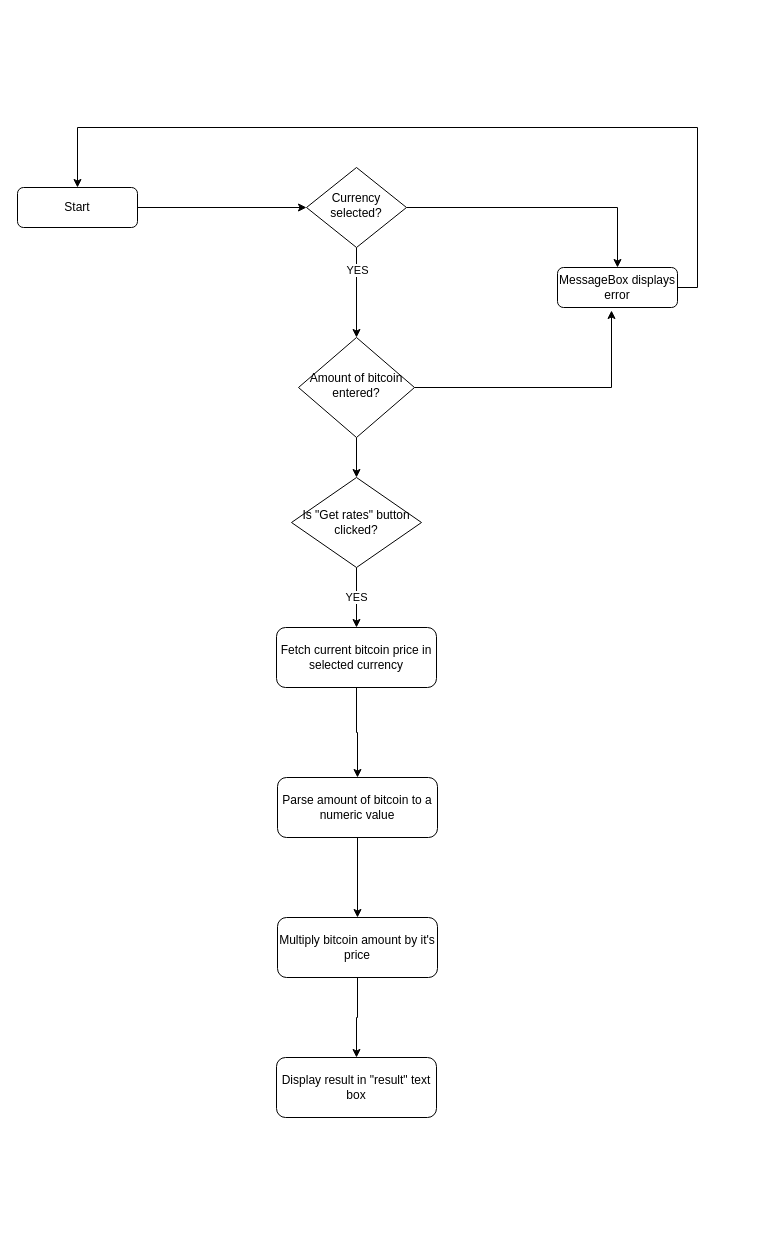
Earlier version of the draw.io diagram BitcoinCalculator/btc.drawio (stenpatrick/Tarkvara-arendusprotsess). Source tidied: cells renumbered, new cells numbered last; positions are measured from the earlier drawing's top-left corner, leaving out a move shared by most shapes. Both pictures are drawn from the tidied source at 100%, with x=0, y=0 at pixel (17, 127).
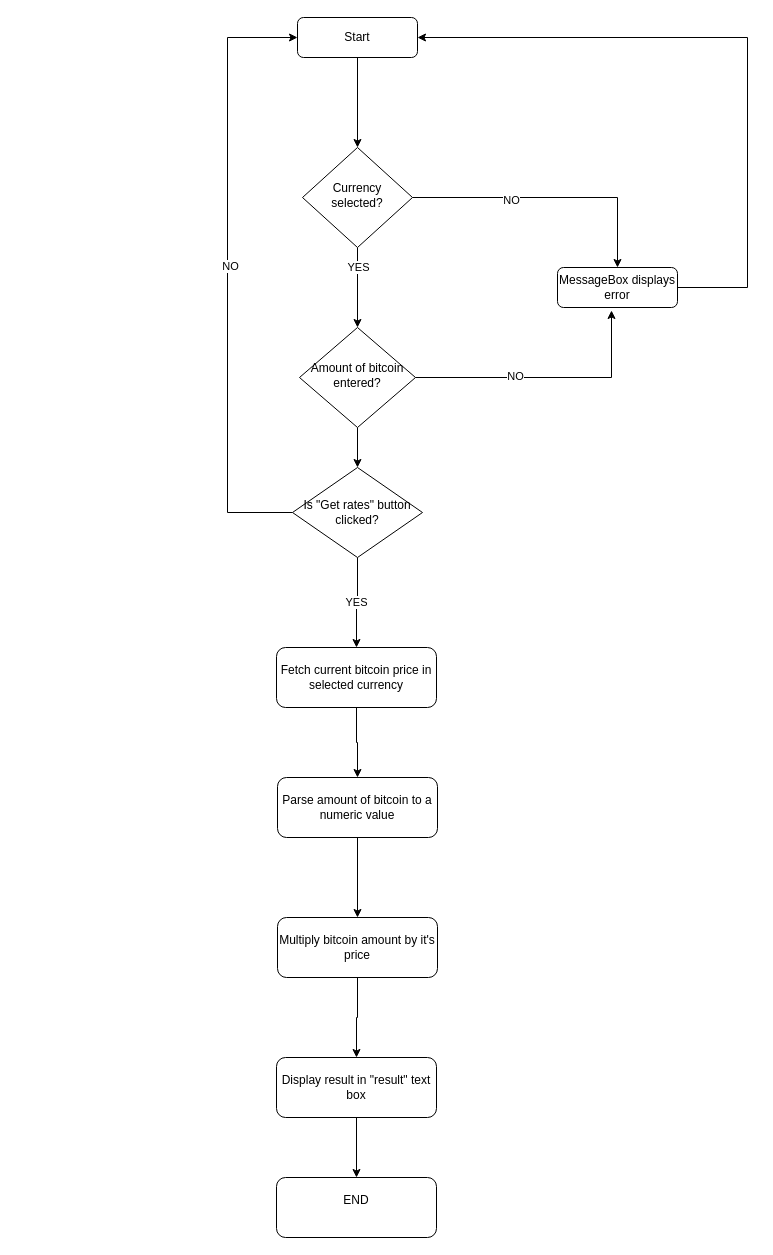
After the change.

Unchanged cells that the change refers to:
```xml
<mxCell id="6" style="edgeStyle=orthogonalEdgeStyle;rounded=0;jettySize=auto;html=1;entryX=0.5;entryY=0;entryDx=0;entryDy=0;" parent="1" edge="1" source="7" target="20">
  <mxGeometry relative="1" as="geometry" />
</mxCell>
<mxCell id="16" value="Display result in &quot;result&quot; text box" style="rounded=1;whiteSpace=wrap;html=1;" parent="1" vertex="1">
  <mxGeometry x="259" y="930" width="160" height="60" as="geometry" />
</mxCell>
<mxCell id="20" value="MessageBox displays error" style="rounded=1;whiteSpace=wrap;html=1;fontSize=12;glass=0;strokeWidth=1;shadow=0;" parent="1" vertex="1">
  <mxGeometry x="540" y="140" width="120" height="40" as="geometry" />
</mxCell>
<mxCell id="21" style="edgeStyle=orthogonalEdgeStyle;rounded=0;jettySize=auto;html=1;entryX=0.45;entryY=1.075;entryDx=0;entryDy=0;entryPerimeter=0;" parent="1" edge="1" source="9" target="20">
  <mxGeometry relative="1" as="geometry" />
</mxCell>
```

The edit, as a diff of the source:
```diff
@@
     <mxCell id="3" value="Start" style="rounded=1;whiteSpace=wrap;html=1;fontSize=12;glass=0;strokeWidth=1;shadow=0;" parent="1" vertex="1">
-      <mxGeometry y="60" width="120" height="40" as="geometry" />
+      <mxGeometry x="280" y="-110" width="120" height="40" as="geometry" />
     </mxCell>
@@
+    <mxCell id="22" value="&lt;div&gt;NO&lt;/div&gt;" style="edgeLabel;html=1;align=center;verticalAlign=middle;" parent="6" vertex="1">
+      <mxGeometry x="-0.29" y="-2" relative="1" as="geometry" />
+    </mxCell>
     <mxCell id="7" value="Currency selected?" style="rhombus;whiteSpace=wrap;html=1;shadow=0;fontFamily=Helvetica;fontSize=12;align=center;strokeWidth=1;spacing=6;spacingTop=-4;" parent="1" vertex="1">
-      <mxGeometry x="289" y="40" width="100" height="80" as="geometry" />
+      <mxGeometry x="285" y="20" width="110" height="100" as="geometry" />
     </mxCell>
@@
     <mxCell id="9" value="Amount of bitcoin entered?" style="rhombus;whiteSpace=wrap;html=1;shadow=0;fontFamily=Helvetica;fontSize=12;align=center;strokeWidth=1;spacing=6;spacingTop=-4;" parent="1" vertex="1">
-      <mxGeometry x="281" y="210" width="116" height="100" as="geometry" />
+      <mxGeometry x="282" y="200" width="116" height="100" as="geometry" />
     </mxCell>
@@
     <mxCell id="11" value="Fetch current bitcoin price in selected currency" style="rounded=1;whiteSpace=wrap;html=1;" parent="1" vertex="1">
-      <mxGeometry x="259" y="500" width="160" height="60" as="geometry" />
+      <mxGeometry x="259" y="520" width="160" height="60" as="geometry" />
     </mxCell>
@@
+    <mxCell id="23" style="edgeStyle=orthogonalEdgeStyle;rounded=0;jettySize=auto;html=1;" parent="1" edge="1" source="16" target="27">
+      <mxGeometry relative="1" as="geometry" />
+    </mxCell>
@@
+    <mxCell id="24" style="edgeStyle=orthogonalEdgeStyle;rounded=0;jettySize=auto;html=1;entryX=0;entryY=0.5;entryDx=0;entryDy=0;" parent="1" edge="1" source="18" target="3">
+      <mxGeometry relative="1" as="geometry">
+        <Array as="points">
+          <mxPoint x="210" y="385" />
+          <mxPoint x="210" y="-90" />
+        </Array>
+      </mxGeometry>
+    </mxCell>
+    <mxCell id="25" value="&lt;div&gt;NO&lt;/div&gt;" style="edgeLabel;html=1;align=center;verticalAlign=middle;" parent="24" vertex="1">
+      <mxGeometry x="0.02" y="-2" relative="1" as="geometry" />
+    </mxCell>
     <mxCell id="18" value="Is &quot;Get rates&quot; button clicked?" style="rhombus;whiteSpace=wrap;html=1;" parent="1" vertex="1">
-      <mxGeometry x="274" y="350" width="130" height="90" as="geometry" />
+      <mxGeometry x="275" y="340" width="130" height="90" as="geometry" />
     </mxCell>
-    <mxCell id="19" style="edgeStyle=orthogonalEdgeStyle;rounded=0;jettySize=auto;html=1;entryX=0.5;entryY=0;entryDx=0;entryDy=0;" parent="1" edge="1" source="20" target="3">
+    <mxCell id="19" style="edgeStyle=orthogonalEdgeStyle;rounded=0;jettySize=auto;html=1;entryX=1;entryY=0.5;entryDx=0;entryDy=0;" parent="1" edge="1" source="20" target="3">
       <mxGeometry relative="1" as="geometry">
         <Array as="points">
-          <mxPoint x="680" y="160" />
-          <mxPoint x="680" />
-          <mxPoint x="60" />
+          <mxPoint x="730" y="160" />
+          <mxPoint x="730" y="-90" />
         </Array>
       </mxGeometry>
     </mxCell>
@@
+    <mxCell id="26" value="&lt;div&gt;NO&lt;/div&gt;" style="edgeLabel;html=1;align=center;verticalAlign=middle;" parent="21" vertex="1">
+      <mxGeometry x="-0.25" y="2" relative="1" as="geometry" />
+    </mxCell>
+    <mxCell id="27" value="&lt;div&gt;END&lt;/div&gt;&lt;div&gt;&lt;br&gt;&lt;/div&gt;" style="rounded=1;whiteSpace=wrap;html=1;" parent="1" vertex="1">
+      <mxGeometry x="259" y="1050" width="160" height="60" as="geometry" />
+    </mxCell>
```
